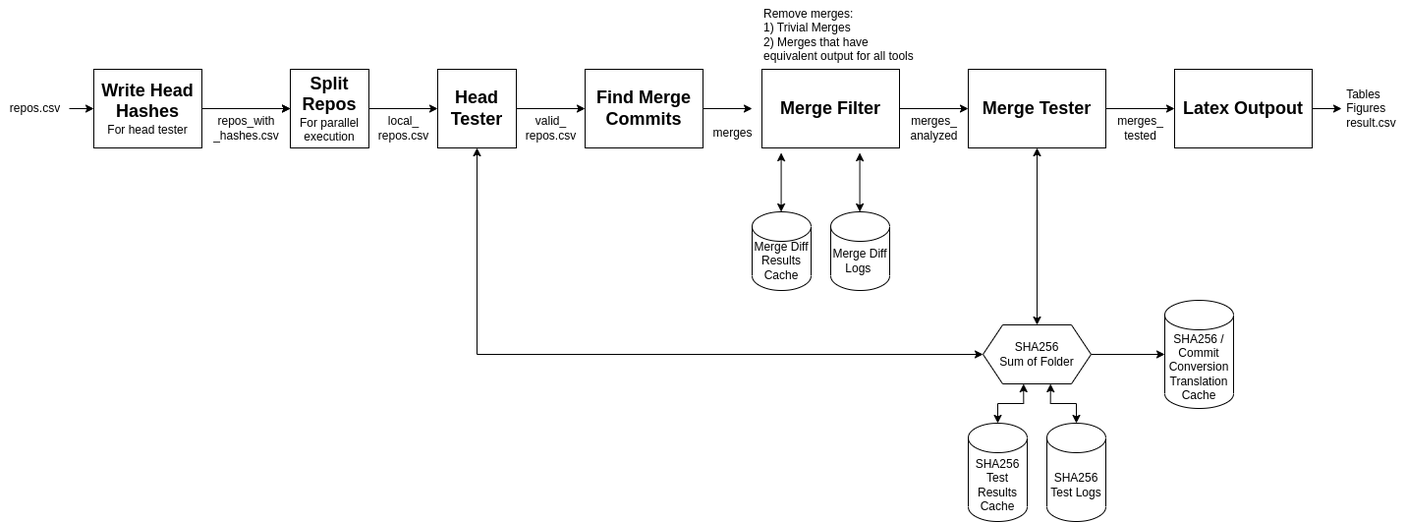
benedikt-schesch/AST-Merging-Evaluation keeps this draw.io diagram as illustrations/Architecture.drawio.png. Above is the earlier version. Source tidied: cells renumbered, new cells last; positions are measured from the earlier drawing's top-left corner, leaving out a move shared by most shapes. The source it was exported from:
```xml
<mxGraphModel>
  <root>
    <mxCell id="0" />
    <mxCell id="1" parent="0" />
    <mxCell id="2" style="edgeStyle=orthogonalEdgeStyle;rounded=0;jettySize=auto;html=1;exitX=1;exitY=0.5;exitDx=0;exitDy=0;entryX=0;entryY=0.5;entryDx=0;entryDy=0;" parent="1" edge="1" source="3" target="5">
      <mxGeometry relative="1" as="geometry" />
    </mxCell>
    <mxCell id="3" value="&lt;b&gt;&lt;font style=&quot;font-size: 18px;&quot;&gt;Head Tester&lt;/font&gt;&lt;/b&gt;" style="rounded=0;whiteSpace=wrap;html=1;" parent="1" vertex="1">
      <mxGeometry x="445" y="70" width="80" height="80" as="geometry" />
    </mxCell>
    <mxCell id="4" style="edgeStyle=orthogonalEdgeStyle;rounded=0;jettySize=auto;html=1;exitX=1;exitY=0.5;exitDx=0;exitDy=0;entryX=0;entryY=0.5;entryDx=0;entryDy=0;" parent="1" edge="1" source="5">
      <mxGeometry relative="1" as="geometry">
        <mxPoint x="765" y="110" as="targetPoint" />
      </mxGeometry>
    </mxCell>
    <mxCell id="5" value="&lt;b&gt;&lt;font style=&quot;font-size: 18px;&quot;&gt;Find Merge Commits&lt;/font&gt;&lt;/b&gt;" style="rounded=0;whiteSpace=wrap;html=1;" parent="1" vertex="1">
      <mxGeometry x="595" y="70" width="120" height="80" as="geometry" />
    </mxCell>
    <mxCell id="6" style="edgeStyle=orthogonalEdgeStyle;rounded=0;jettySize=auto;html=1;exitX=1;exitY=0.5;exitDx=0;exitDy=0;entryX=0;entryY=0.5;entryDx=0;entryDy=0;" parent="1" edge="1" target="8">
      <mxGeometry relative="1" as="geometry">
        <mxPoint x="775" y="120" as="sourcePoint" />
        <Array as="points">
          <mxPoint x="865" y="120" />
        </Array>
      </mxGeometry>
    </mxCell>
    <mxCell id="7" style="edgeStyle=orthogonalEdgeStyle;rounded=0;jettySize=auto;html=1;exitX=1;exitY=0.5;exitDx=0;exitDy=0;entryX=0;entryY=0.5;entryDx=0;entryDy=0;" parent="1" edge="1" source="8" target="24">
      <mxGeometry relative="1" as="geometry" />
    </mxCell>
    <mxCell id="8" value="&lt;font style=&quot;font-size: 18px;&quot;&gt;&lt;b&gt;Merge Filter&lt;/b&gt;&lt;/font&gt;" style="rounded=0;whiteSpace=wrap;html=1;" parent="1" vertex="1">
      <mxGeometry x="775" y="70" width="140" height="80" as="geometry" />
    </mxCell>
    <mxCell id="9" value="valid_&lt;br&gt;repos.csv" style="text;html=1;align=center;verticalAlign=middle;strokeColor=none;fillColor=none;" parent="1" vertex="1">
      <mxGeometry x="525" y="110" width="70" height="40" as="geometry" />
    </mxCell>
    <mxCell id="10" value="merges" style="text;html=1;align=center;verticalAlign=middle;strokeColor=none;fillColor=none;" parent="1" vertex="1">
      <mxGeometry x="715" y="120" width="60" height="30" as="geometry" />
    </mxCell>
    <mxCell id="11" value="merges_&lt;br&gt;analyzed" style="text;html=1;align=center;verticalAlign=middle;strokeColor=none;fillColor=none;" parent="1" vertex="1">
      <mxGeometry x="915" y="110" width="70" height="40" as="geometry" />
    </mxCell>
    <mxCell id="12" value="merges_&lt;br&gt;tested" style="text;html=1;align=center;verticalAlign=middle;strokeColor=none;fillColor=none;" parent="1" vertex="1">
      <mxGeometry x="1125" y="110" width="70" height="40" as="geometry" />
    </mxCell>
    <mxCell id="13" style="edgeStyle=orthogonalEdgeStyle;rounded=0;jettySize=auto;html=1;exitX=1;exitY=0.5;exitDx=0;exitDy=0;entryX=0;entryY=0.5;entryDx=0;entryDy=0;" parent="1" edge="1" source="14" target="3">
      <mxGeometry relative="1" as="geometry" />
    </mxCell>
    <mxCell id="14" value="&lt;font style=&quot;font-size: 18px;&quot;&gt;&lt;b&gt;Split Repos&lt;br&gt;&lt;/b&gt;&lt;/font&gt;For parallel&lt;br&gt;execution" style="rounded=0;whiteSpace=wrap;html=1;" parent="1" vertex="1">
      <mxGeometry x="295" y="70" width="80" height="80" as="geometry" />
    </mxCell>
    <mxCell id="15" value="local_&lt;br&gt;repos.csv" style="text;html=1;align=center;verticalAlign=middle;strokeColor=none;fillColor=none;" parent="1" vertex="1">
      <mxGeometry x="375" y="110" width="70" height="40" as="geometry" />
    </mxCell>
    <mxCell id="16" style="edgeStyle=orthogonalEdgeStyle;rounded=0;jettySize=auto;html=1;exitX=1;exitY=0.5;exitDx=0;exitDy=0;entryX=0;entryY=0.5;entryDx=0;entryDy=0;" parent="1" edge="1" source="18" target="14">
      <mxGeometry relative="1" as="geometry" />
    </mxCell>
    <mxCell id="17" style="edgeStyle=none;html=1;" parent="1" edge="1" source="18" target="14">
      <mxGeometry relative="1" as="geometry" />
    </mxCell>
    <mxCell id="18" value="&lt;font&gt;&lt;b style=&quot;font-size: 18px;&quot;&gt;Write Head Hashes&lt;/b&gt;&lt;br&gt;&lt;font style=&quot;font-size: 12px;&quot;&gt;For head tester&lt;/font&gt;&lt;br&gt;&lt;/font&gt;" style="rounded=0;whiteSpace=wrap;html=1;" parent="1" vertex="1">
      <mxGeometry x="95" y="70" width="110" height="80" as="geometry" />
    </mxCell>
    <mxCell id="19" value="repos_with&lt;br&gt;_hashes.csv" style="text;html=1;align=center;verticalAlign=middle;strokeColor=none;fillColor=none;" parent="1" vertex="1">
      <mxGeometry x="205" y="110" width="90" height="40" as="geometry" />
    </mxCell>
    <mxCell id="20" style="edgeStyle=orthogonalEdgeStyle;rounded=0;jettySize=auto;html=1;" parent="1" edge="1" source="21" target="18">
      <mxGeometry relative="1" as="geometry" />
    </mxCell>
    <mxCell id="21" value="repos.csv" style="text;html=1;align=center;verticalAlign=middle;points=[];strokeColor=none;fillColor=none;" parent="1" vertex="1">
      <mxGeometry y="95" width="70" height="30" as="geometry" />
    </mxCell>
    <mxCell id="22" value="Remove merges:&lt;br&gt;1) Trivial Merges&lt;br&gt;2) Merges that have &lt;br&gt;equivalent output for all tools" style="text;html=1;align=left;verticalAlign=middle;strokeColor=none;fillColor=none;" parent="1" vertex="1">
      <mxGeometry x="775" width="180" height="70" as="geometry" />
    </mxCell>
    <mxCell id="23" style="edgeStyle=orthogonalEdgeStyle;rounded=0;jettySize=auto;html=1;exitX=1;exitY=0.5;exitDx=0;exitDy=0;entryX=0;entryY=0.5;entryDx=0;entryDy=0;" parent="1" edge="1" source="24" target="26">
      <mxGeometry relative="1" as="geometry" />
    </mxCell>
    <mxCell id="24" value="&lt;font style=&quot;font-size: 18px;&quot;&gt;&lt;b&gt;Merge Tester&lt;/b&gt;&lt;/font&gt;" style="rounded=0;whiteSpace=wrap;html=1;" parent="1" vertex="1">
      <mxGeometry x="985" y="70" width="140" height="80" as="geometry" />
    </mxCell>
    <mxCell id="25" style="edgeStyle=orthogonalEdgeStyle;rounded=0;jettySize=auto;html=1;exitX=1;exitY=0.5;exitDx=0;exitDy=0;" parent="1" edge="1" source="26">
      <mxGeometry relative="1" as="geometry">
        <mxPoint x="1365" y="109.9" as="targetPoint" />
      </mxGeometry>
    </mxCell>
    <mxCell id="26" value="&lt;font style=&quot;font-size: 18px;&quot;&gt;&lt;b&gt;Latex Outpout&lt;/b&gt;&lt;/font&gt;" style="rounded=0;whiteSpace=wrap;html=1;" parent="1" vertex="1">
      <mxGeometry x="1195" y="70" width="140" height="80" as="geometry" />
    </mxCell>
    <mxCell id="27" value="&lt;div style=&quot;text-align: left;&quot;&gt;&lt;span style=&quot;background-color: initial;&quot;&gt;Tables&lt;/span&gt;&lt;/div&gt;&lt;div style=&quot;text-align: left;&quot;&gt;&lt;span style=&quot;background-color: initial;&quot;&gt;Figures&lt;/span&gt;&lt;/div&gt;&lt;div style=&quot;text-align: left;&quot;&gt;&lt;span style=&quot;background-color: initial;&quot;&gt;result.csv&lt;/span&gt;&lt;/div&gt;" style="text;html=1;align=center;verticalAlign=middle;strokeColor=none;fillColor=none;" parent="1" vertex="1">
      <mxGeometry x="1360" y="80" width="70" height="60" as="geometry" />
    </mxCell>
    <mxCell id="28" value="Merge Diff Results Cache" style="shape=cylinder3;whiteSpace=wrap;html=1;boundedLbl=1;backgroundOutline=1;size=15;" parent="1" vertex="1">
      <mxGeometry x="765" y="215" width="60" height="80" as="geometry" />
    </mxCell>
    <mxCell id="29" style="endArrow=classic;startArrow=classic;html=1;rounded=0;exitX=0.5;exitY=1;exitDx=0;exitDy=0;exitPerimeter=0;entryX=0.5;entryY=0;entryDx=0;entryDy=0;" parent="1" edge="1">
      <mxGeometry relative="1" as="geometry">
        <mxPoint x="794.6" y="155" as="sourcePoint" />
        <mxPoint x="794.6" y="215" as="targetPoint" />
      </mxGeometry>
    </mxCell>
    <mxCell id="30" value="Merge Diff Logs&amp;nbsp;" style="shape=cylinder3;whiteSpace=wrap;html=1;boundedLbl=1;backgroundOutline=1;size=15;" parent="1" vertex="1">
      <mxGeometry x="845" y="215" width="60" height="80" as="geometry" />
    </mxCell>
    <mxCell id="31" style="endArrow=classic;startArrow=classic;html=1;rounded=0;exitX=0.5;exitY=1;exitDx=0;exitDy=0;exitPerimeter=0;entryX=0.5;entryY=0;entryDx=0;entryDy=0;" parent="1" edge="1">
      <mxGeometry relative="1" as="geometry">
        <mxPoint x="874.6" y="155" as="sourcePoint" />
        <mxPoint x="874.6" y="215" as="targetPoint" />
      </mxGeometry>
    </mxCell>
    <mxCell id="32" style="edgeStyle=orthogonalEdgeStyle;rounded=0;jettySize=auto;html=1;exitX=0.375;exitY=1;exitDx=0;exitDy=0;entryX=0.5;entryY=0;entryDx=0;entryDy=0;entryPerimeter=0;startArrow=classic;startFill=1;" parent="1" edge="1" source="35" target="38">
      <mxGeometry relative="1" as="geometry" />
    </mxCell>
    <mxCell id="33" style="edgeStyle=orthogonalEdgeStyle;rounded=0;jettySize=auto;html=1;exitX=0.625;exitY=1;exitDx=0;exitDy=0;entryX=0.5;entryY=0;entryDx=0;entryDy=0;entryPerimeter=0;startArrow=classic;startFill=1;" parent="1" edge="1" source="35" target="39">
      <mxGeometry relative="1" as="geometry" />
    </mxCell>
    <mxCell id="34" style="edgeStyle=none;html=1;exitX=1;exitY=0.5;exitDx=0;exitDy=0;entryX=0;entryY=0.5;entryDx=0;entryDy=0;entryPerimeter=0;" parent="1" edge="1" source="35" target="40">
      <mxGeometry relative="1" as="geometry" />
    </mxCell>
    <mxCell id="35" value="SHA256 &lt;br&gt;Sum of Folder" style="shape=hexagon;perimeter=hexagonPerimeter2;whiteSpace=wrap;html=1;fixedSize=1;" parent="1" vertex="1">
      <mxGeometry x="1000" y="330" width="110" height="60" as="geometry" />
    </mxCell>
    <mxCell id="36" style="endArrow=classic;startArrow=classic;html=1;rounded=0;entryX=0.5;entryY=1;entryDx=0;entryDy=0;exitX=0.5;exitY=0;exitDx=0;exitDy=0;" parent="1" edge="1" source="35" target="24">
      <mxGeometry relative="1" as="geometry" />
    </mxCell>
    <mxCell id="37" style="endArrow=classic;startArrow=classic;html=1;rounded=0;entryX=0.5;entryY=1;entryDx=0;entryDy=0;exitX=0;exitY=0.5;exitDx=0;exitDy=0;" parent="1" edge="1" source="35" target="3">
      <mxGeometry relative="1" as="geometry">
        <Array as="points">
          <mxPoint x="485" y="360" />
        </Array>
      </mxGeometry>
    </mxCell>
    <mxCell id="38" value="SHA256&lt;br&gt;Test Results&lt;br&gt;Cache" style="shape=cylinder3;whiteSpace=wrap;html=1;boundedLbl=1;backgroundOutline=1;size=15;" parent="1" vertex="1">
      <mxGeometry x="985" y="430" width="60" height="100" as="geometry" />
    </mxCell>
    <mxCell id="39" value="SHA256&lt;br&gt;Test Logs" style="shape=cylinder3;whiteSpace=wrap;html=1;boundedLbl=1;backgroundOutline=1;size=15;" parent="1" vertex="1">
      <mxGeometry x="1065" y="430" width="60" height="100" as="geometry" />
    </mxCell>
    <mxCell id="40" value="SHA256 / Commit Conversion&lt;br&gt;Translation Cache" style="shape=cylinder3;whiteSpace=wrap;html=1;boundedLbl=1;backgroundOutline=1;size=15;" parent="1" vertex="1">
      <mxGeometry x="1185" y="305" width="70" height="110" as="geometry" />
    </mxCell>
  </root>
</mxGraphModel>
```
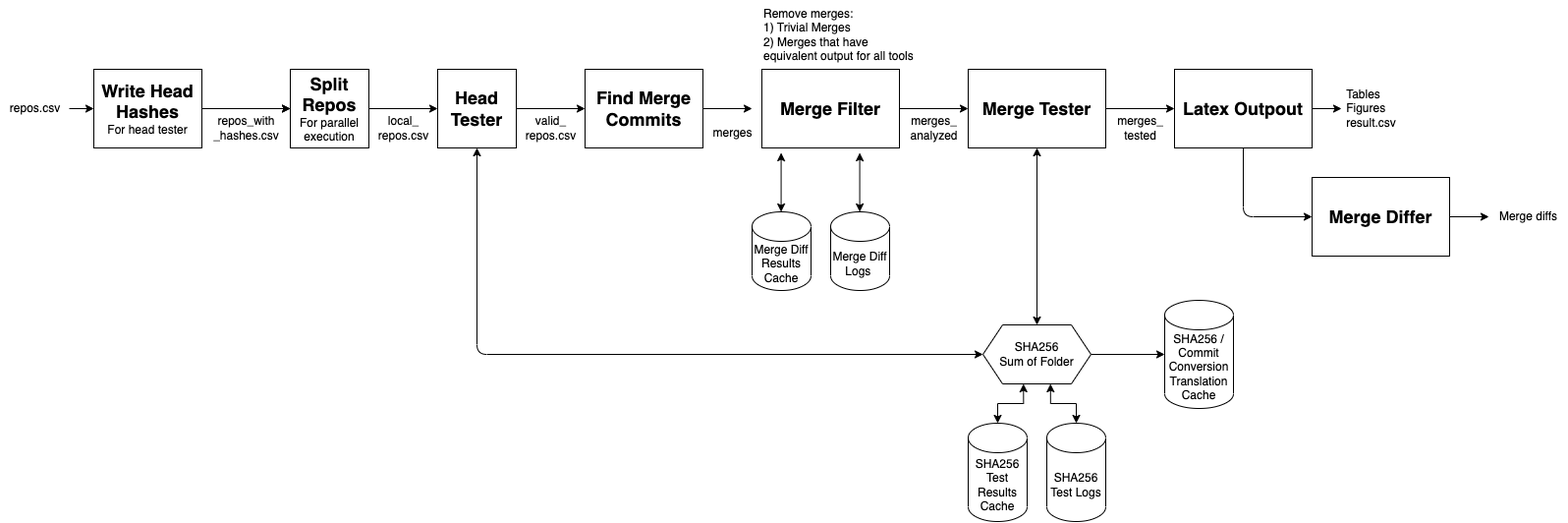
Above is the later version.

The edit, as a diff of the source:
```diff
@@ -83,6 +83,13 @@
         <mxPoint x="1365" y="109.9" as="targetPoint" />
       </mxGeometry>
     </mxCell>
+    <mxCell id="41" style="edgeStyle=none;html=1;exitX=0.5;exitY=1;exitDx=0;exitDy=0;entryX=0;entryY=0.5;entryDx=0;entryDy=0;" parent="1" edge="1" source="26" target="43">
+      <mxGeometry relative="1" as="geometry">
+        <Array as="points">
+          <mxPoint x="1265" y="220" />
+        </Array>
+      </mxGeometry>
+    </mxCell>
     <mxCell id="26" value="&lt;font style=&quot;font-size: 18px;&quot;&gt;&lt;b&gt;Latex Outpout&lt;/b&gt;&lt;/font&gt;" style="rounded=0;whiteSpace=wrap;html=1;" parent="1" vertex="1">
       <mxGeometry x="1195" y="70" width="140" height="80" as="geometry" />
     </mxCell>
@@ -122,7 +129,7 @@
     <mxCell id="36" style="endArrow=classic;startArrow=classic;html=1;rounded=0;entryX=0.5;entryY=1;entryDx=0;entryDy=0;exitX=0.5;exitY=0;exitDx=0;exitDy=0;" parent="1" edge="1" source="35" target="24">
       <mxGeometry relative="1" as="geometry" />
     </mxCell>
-    <mxCell id="37" style="endArrow=classic;startArrow=classic;html=1;rounded=0;entryX=0.5;entryY=1;entryDx=0;entryDy=0;exitX=0;exitY=0.5;exitDx=0;exitDy=0;" parent="1" edge="1" source="35" target="3">
+    <mxCell id="37" style="endArrow=classic;startArrow=classic;html=1;rounded=1;entryX=0.5;entryY=1;entryDx=0;entryDy=0;exitX=0;exitY=0.5;exitDx=0;exitDy=0;" parent="1" edge="1" source="35" target="3">
       <mxGeometry relative="1" as="geometry">
         <Array as="points">
           <mxPoint x="485" y="360" />
@@ -138,5 +145,14 @@
     <mxCell id="40" value="SHA256 / Commit Conversion&lt;br&gt;Translation Cache" style="shape=cylinder3;whiteSpace=wrap;html=1;boundedLbl=1;backgroundOutline=1;size=15;" parent="1" vertex="1">
       <mxGeometry x="1185" y="305" width="70" height="110" as="geometry" />
     </mxCell>
+    <mxCell id="42" style="edgeStyle=none;rounded=1;html=1;" parent="1" edge="1" source="43" target="44">
+      <mxGeometry relative="1" as="geometry" />
+    </mxCell>
+    <mxCell id="43" value="&lt;font style=&quot;font-size: 18px;&quot;&gt;&lt;b&gt;Merge Differ&lt;/b&gt;&lt;/font&gt;" style="rounded=0;whiteSpace=wrap;html=1;" parent="1" vertex="1">
+      <mxGeometry x="1335" y="180" width="140" height="80" as="geometry" />
+    </mxCell>
+    <mxCell id="44" value="Merge diffs" style="text;html=1;align=center;verticalAlign=middle;points=[];strokeColor=none;fillColor=none;" parent="1" vertex="1">
+      <mxGeometry x="1515" y="205" width="80" height="30" as="geometry" />
+    </mxCell>
   </root>
 </mxGraphModel>
```
